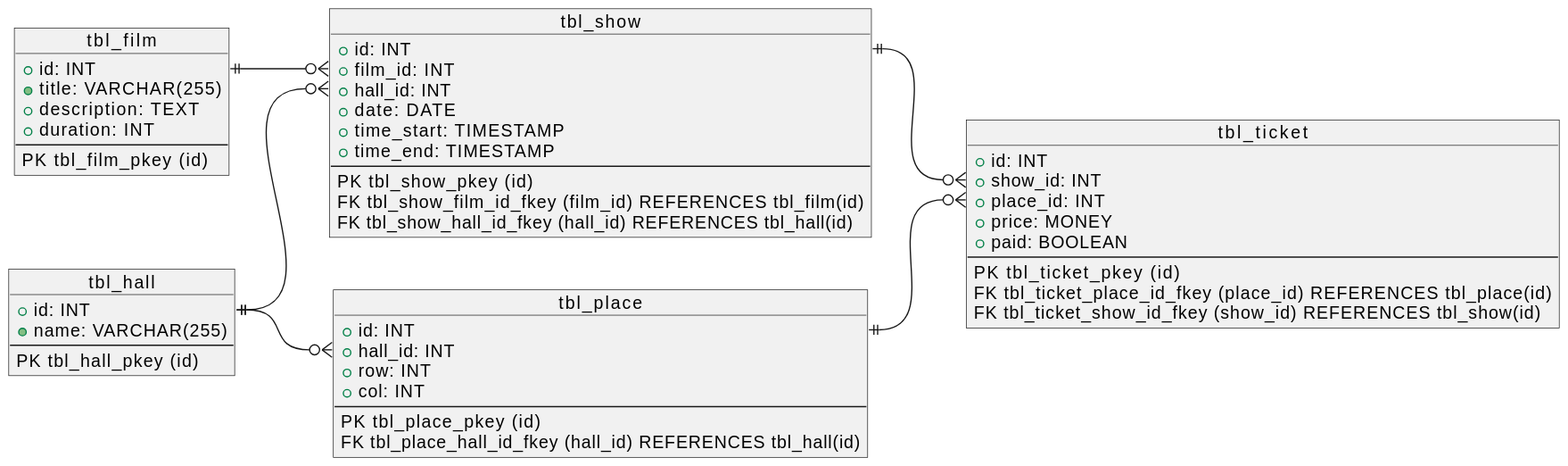
Earlier version of the PlantUML export cinema.svg (otusteamedu/PHP_2024). The source it was exported from:
```plantuml
@startuml
left to right direction

object tbl_film {
    + id: INT
    + title: VARCHAR(255)
    + description: TEXT
    + duration: INT
    --
    PK tbl_film_pkey (id)
}

object tbl_hall {
    + id: INT
    + name: VARCHAR(255)
    --
    PK tbl_hall_pkey (id)
}

object tbl_place {
    + id: INT
    + hall_id: INT
    + row: INT
    + col: INT
    --
    PK tbl_place_pkey (id)
    FK tbl_place_hall_id_fkey (hall_id) REFERENCES tbl_hall(id)
}

object tbl_show {
    + id: INT
    + film_id: INT
    + hall_id: INT
    + date: DATE
    + time_start: TIMESTAMP
    + time_end: TIMESTAMP
    --
    PK tbl_show_pkey (id)
    FK tbl_show_film_id_fkey (film_id) REFERENCES tbl_film(id)
    FK tbl_show_hall_id_fkey (hall_id) REFERENCES tbl_hall(id)
}

object tbl_ticket {
    + id: INT
    + show_id: INT
    + place_id: INT
    + price: MONEY
    + paid: BOOLEAN
    --
    PK tbl_ticket_pkey (id)
    FK tbl_ticket_place_id_fkey (place_id) REFERENCES tbl_place(id)
    FK tbl_ticket_show_id_fkey (show_id) REFERENCES tbl_show(id)
}

tbl_film::id ||--o{ tbl_show::film_id
tbl_hall::id ||--o{ tbl_show::hall_id
tbl_hall::id ||--o{ tbl_place::hall_id
tbl_place::id ||--o{ tbl_ticket::place_id
tbl_show::id ||--o{ tbl_ticket::show_id
@enduml
```
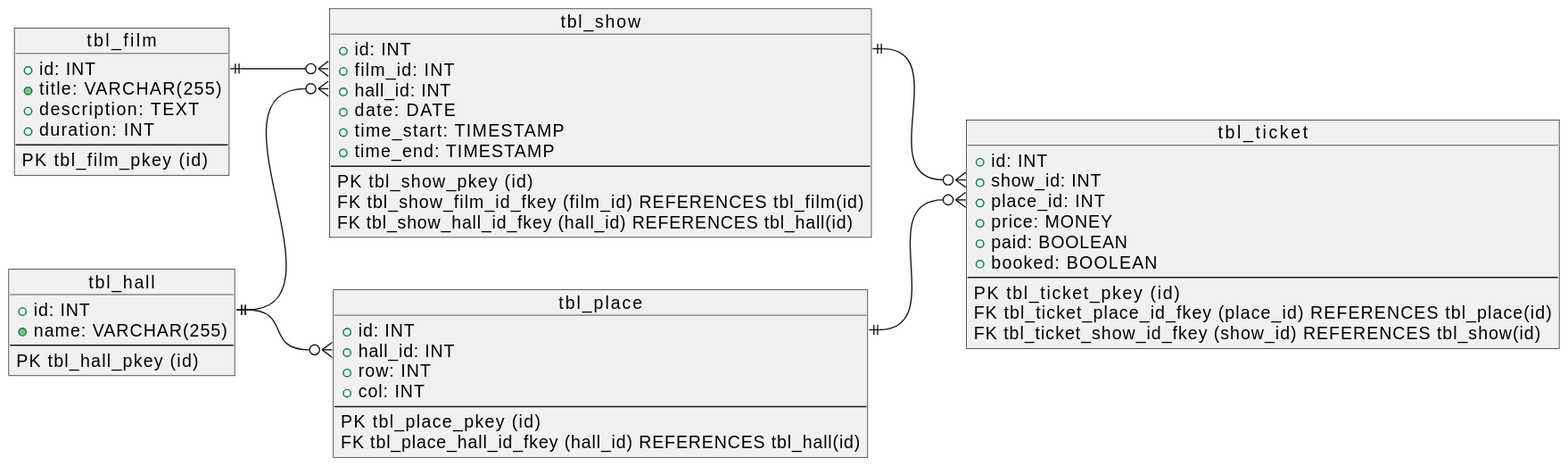
The same diagram one commit later.

Change to the diagram source:
```diff
@@ -46,6 +46,7 @@
     + place_id: INT
     + price: MONEY
     + paid: BOOLEAN
+    + booked: BOOLEAN
     --
     PK tbl_ticket_pkey (id)
     FK tbl_ticket_place_id_fkey (place_id) REFERENCES tbl_place(id)
```
